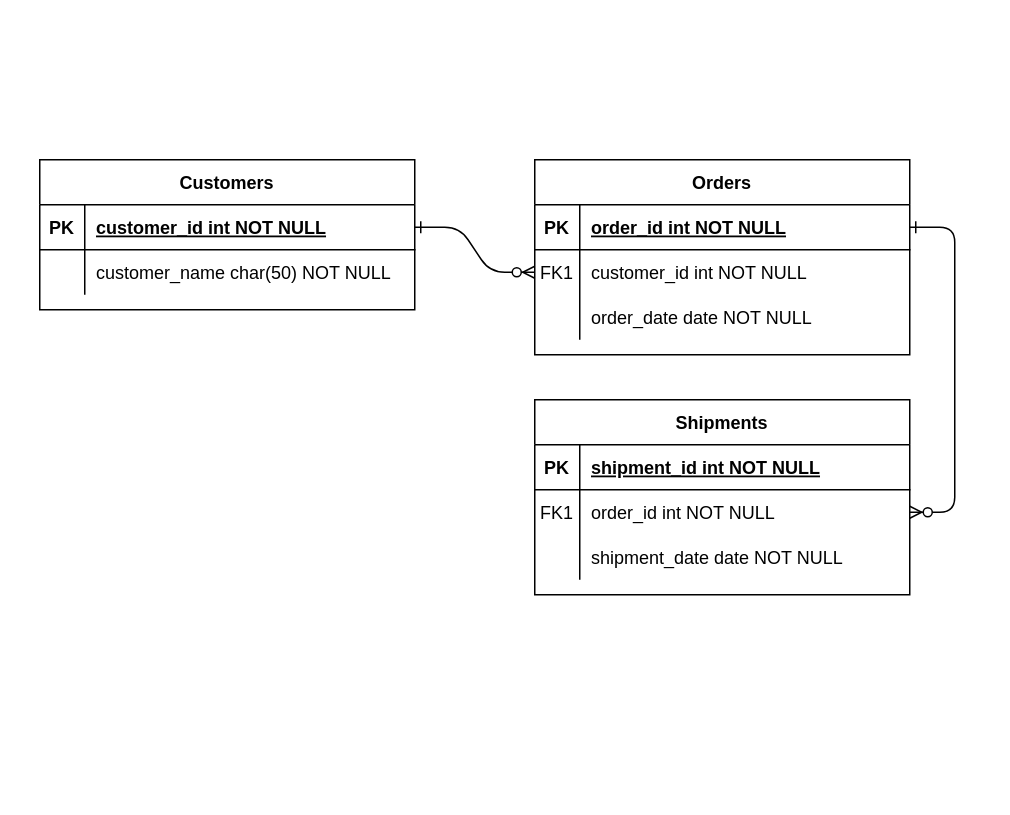
ferihidayat/cdn keeps this draw.io diagram as Untitled Diagram.drawio. Above is the earlier version. Source tidied: cells renumbered, new cells numbered last; positions are measured from the earlier drawing's top-left corner, leaving out a move shared by most shapes. Both pictures are drawn from the tidied source at 150%, with x=0, y=0 at pixel (39, 159).
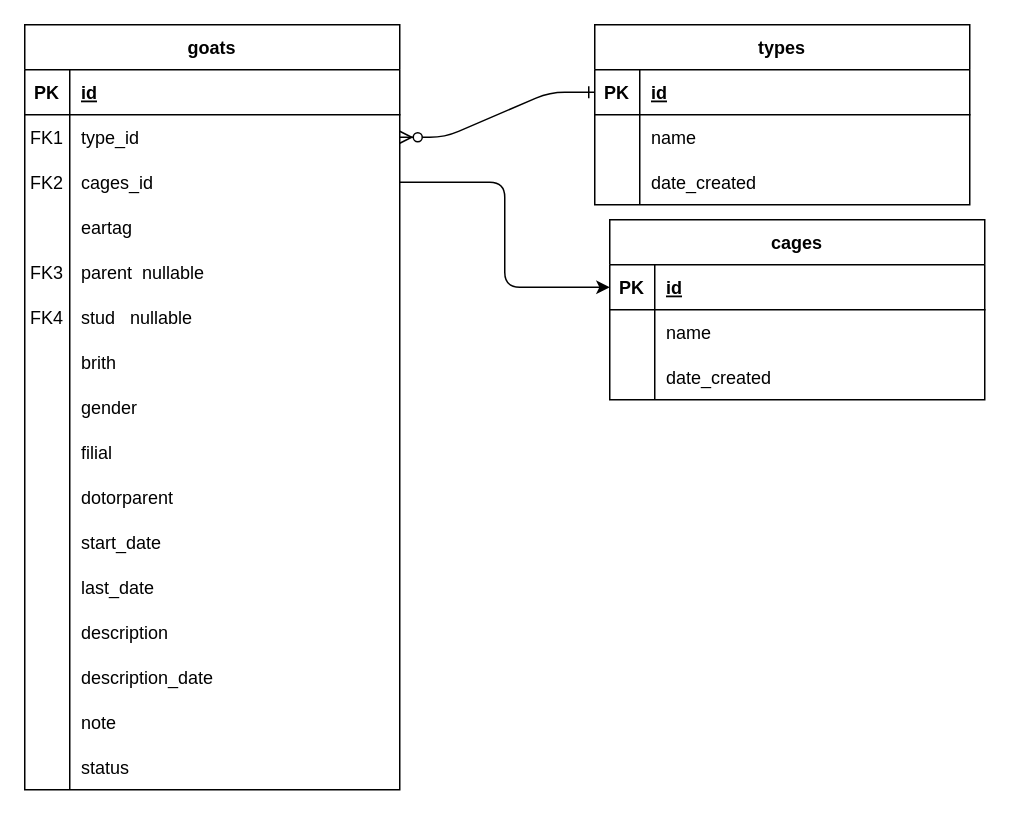
The same diagram, later.

Unchanged cells that the change refers to:
```xml
<mxCell id="5" style="shape=partialRectangle;fillColor=none;points=[[0,0.5],[1,0.5]];portConstraint=eastwest;top=0;left=0;right=0;bottom=1;" parent="4" vertex="1">
  <mxGeometry y="30" width="250" height="30" as="geometry" />
</mxCell>
<mxCell id="8" style="shape=partialRectangle;fillColor=none;points=[[0,0.5],[1,0.5]];portConstraint=eastwest;top=0;left=0;right=0;bottom=0;" parent="4" vertex="1">
  <mxGeometry y="60" width="250" height="30" as="geometry" />
</mxCell>
<mxCell id="25" style="shape=partialRectangle;fillColor=none;points=[[0,0.5],[1,0.5]];portConstraint=eastwest;top=0;left=0;right=0;bottom=1;" parent="24" vertex="1">
  <mxGeometry y="30" width="250" height="30" as="geometry" />
</mxCell>
```

Change to the diagram source:
```diff
@@
-    <mxCell id="3" style="edgeStyle=entityRelationEdgeStyle;endArrow=ERzeroToMany;startArrow=ERone;endFill=1;startFill=0;" parent="1" edge="1" source="5" target="18">
-      <mxGeometry relative="1" as="geometry" />
-    </mxCell>
-    <mxCell id="4" value="Orders" style="shape=table;startSize=30;childLayout=tableLayout;rowLines=0;fontStyle=1;align=center;" parent="1" vertex="1">
-      <mxGeometry x="330" width="250" height="130" as="geometry" />
+    <mxCell id="4" value="goats" style="shape=table;startSize=30;childLayout=tableLayout;rowLines=0;fontStyle=1;align=center;" parent="1" vertex="1">
+      <mxGeometry x="-10" y="-90" width="250" height="510" as="geometry" />
     </mxCell>
@@
-    <mxCell id="7" value="order_id int NOT NULL " style="shape=partialRectangle;overflow=hidden;fillColor=none;top=0;left=0;bottom=0;right=0;align=left;spacingLeft=6;fontStyle=5;" parent="5" vertex="1">
+    <mxCell id="7" value="id" style="shape=partialRectangle;overflow=hidden;fillColor=none;top=0;left=0;bottom=0;right=0;align=left;spacingLeft=6;fontStyle=5;" parent="5" vertex="1">
       <mxGeometry x="30" width="220" height="30" as="geometry" />
     </mxCell>
@@
-    <mxCell id="10" value="customer_id int NOT NULL" style="shape=partialRectangle;overflow=hidden;fillColor=none;top=0;left=0;bottom=0;right=0;align=left;spacingLeft=6;" parent="8" vertex="1">
+    <mxCell id="10" value="type_id" style="shape=partialRectangle;overflow=hidden;fillColor=none;top=0;left=0;bottom=0;right=0;align=left;spacingLeft=6;" parent="8" vertex="1">
       <mxGeometry x="30" width="220" height="30" as="geometry" />
     </mxCell>
+    <mxCell id="31" style="shape=partialRectangle;fillColor=none;points=[[0,0.5],[1,0.5]];portConstraint=eastwest;top=0;left=0;right=0;bottom=0;" parent="4" vertex="1">
+      <mxGeometry y="90" width="250" height="30" as="geometry" />
+    </mxCell>
+    <mxCell id="32" value="FK2" style="shape=partialRectangle;overflow=hidden;fillColor=none;top=0;left=0;bottom=0;right=0;" parent="31" vertex="1">
+      <mxGeometry width="30" height="30" as="geometry" />
+    </mxCell>
+    <mxCell id="33" value="cages_id" style="shape=partialRectangle;overflow=hidden;fillColor=none;top=0;left=0;bottom=0;right=0;align=left;spacingLeft=6;" parent="31" vertex="1">
+      <mxGeometry x="30" width="220" height="30" as="geometry" />
+    </mxCell>
+    <mxCell id="34" style="shape=partialRectangle;fillColor=none;top=0;left=0;right=0;bottom=0;" parent="4" vertex="1">
+      <mxGeometry y="120" width="250" height="30" as="geometry" />
+    </mxCell>
+    <mxCell id="35" style="shape=partialRectangle;overflow=hidden;fillColor=none;top=0;left=0;bottom=0;right=0;" parent="34" vertex="1">
+      <mxGeometry width="30" height="30" as="geometry" />
+    </mxCell>
+    <mxCell id="36" value="eartag" style="shape=partialRectangle;overflow=hidden;fillColor=none;top=0;left=0;bottom=0;right=0;align=left;spacingLeft=6;" parent="34" vertex="1">
+      <mxGeometry x="30" width="220" height="30" as="geometry" />
+    </mxCell>
+    <mxCell id="37" style="shape=partialRectangle;fillColor=none;top=0;left=0;right=0;bottom=0;" parent="4" vertex="1">
+      <mxGeometry y="150" width="250" height="30" as="geometry" />
+    </mxCell>
+    <mxCell id="38" value="FK3" style="shape=partialRectangle;overflow=hidden;fillColor=none;top=0;left=0;bottom=0;right=0;" parent="37" vertex="1">
+      <mxGeometry width="30" height="30" as="geometry" />
+    </mxCell>
+    <mxCell id="39" value="parent  nullable" style="shape=partialRectangle;overflow=hidden;fillColor=none;top=0;left=0;bottom=0;right=0;align=left;spacingLeft=6;" parent="37" vertex="1">
+      <mxGeometry x="30" width="220" height="30" as="geometry" />
+    </mxCell>
+    <mxCell id="40" style="shape=partialRectangle;fillColor=none;top=0;left=0;right=0;bottom=0;" parent="4" vertex="1">
+      <mxGeometry y="180" width="250" height="30" as="geometry" />
+    </mxCell>
+    <mxCell id="41" value="FK4" style="shape=partialRectangle;overflow=hidden;fillColor=none;top=0;left=0;bottom=0;right=0;" parent="40" vertex="1">
+      <mxGeometry width="30" height="30" as="geometry" />
+    </mxCell>
+    <mxCell id="42" value="stud   nullable" style="shape=partialRectangle;overflow=hidden;fillColor=none;top=0;left=0;bottom=0;right=0;align=left;spacingLeft=6;" parent="40" vertex="1">
+      <mxGeometry x="30" width="220" height="30" as="geometry" />
+    </mxCell>
+    <mxCell id="43" style="shape=partialRectangle;fillColor=none;top=0;left=0;right=0;bottom=0;" parent="4" vertex="1">
+      <mxGeometry y="210" width="250" height="30" as="geometry" />
+    </mxCell>
+    <mxCell id="44" style="shape=partialRectangle;overflow=hidden;fillColor=none;top=0;left=0;bottom=0;right=0;" parent="43" vertex="1">
+      <mxGeometry width="30" height="30" as="geometry" />
+    </mxCell>
+    <mxCell id="45" value="brith" style="shape=partialRectangle;overflow=hidden;fillColor=none;top=0;left=0;bottom=0;right=0;align=left;spacingLeft=6;" parent="43" vertex="1">
+      <mxGeometry x="30" width="220" height="30" as="geometry" />
+    </mxCell>
+    <mxCell id="46" style="shape=partialRectangle;fillColor=none;top=0;left=0;right=0;bottom=0;" parent="4" vertex="1">
+      <mxGeometry y="240" width="250" height="30" as="geometry" />
+    </mxCell>
+    <mxCell id="47" style="shape=partialRectangle;overflow=hidden;fillColor=none;top=0;left=0;bottom=0;right=0;" parent="46" vertex="1">
+      <mxGeometry width="30" height="30" as="geometry" />
+    </mxCell>
+    <mxCell id="48" value="gender" style="shape=partialRectangle;overflow=hidden;fillColor=none;top=0;left=0;bottom=0;right=0;align=left;spacingLeft=6;" parent="46" vertex="1">
+      <mxGeometry x="30" width="220" height="30" as="geometry" />
+    </mxCell>
+    <mxCell id="49" style="shape=partialRectangle;fillColor=none;top=0;left=0;right=0;bottom=0;" parent="4" vertex="1">
+      <mxGeometry y="270" width="250" height="30" as="geometry" />
+    </mxCell>
+    <mxCell id="50" style="shape=partialRectangle;overflow=hidden;fillColor=none;top=0;left=0;bottom=0;right=0;" parent="49" vertex="1">
+      <mxGeometry width="30" height="30" as="geometry" />
+    </mxCell>
+    <mxCell id="51" value="filial" style="shape=partialRectangle;overflow=hidden;fillColor=none;top=0;left=0;bottom=0;right=0;align=left;spacingLeft=6;" parent="49" vertex="1">
+      <mxGeometry x="30" width="220" height="30" as="geometry" />
+    </mxCell>
+    <mxCell id="52" style="shape=partialRectangle;fillColor=none;top=0;left=0;right=0;bottom=0;" parent="4" vertex="1">
+      <mxGeometry y="300" width="250" height="30" as="geometry" />
+    </mxCell>
+    <mxCell id="53" style="shape=partialRectangle;overflow=hidden;fillColor=none;top=0;left=0;bottom=0;right=0;" parent="52" vertex="1">
+      <mxGeometry width="30" height="30" as="geometry" />
+    </mxCell>
+    <mxCell id="54" value="dotorparent" style="shape=partialRectangle;overflow=hidden;fillColor=none;top=0;left=0;bottom=0;right=0;align=left;spacingLeft=6;" parent="52" vertex="1">
+      <mxGeometry x="30" width="220" height="30" as="geometry" />
+    </mxCell>
+    <mxCell id="55" style="shape=partialRectangle;fillColor=none;top=0;left=0;right=0;bottom=0;" parent="4" vertex="1">
+      <mxGeometry y="330" width="250" height="30" as="geometry" />
+    </mxCell>
+    <mxCell id="56" style="shape=partialRectangle;overflow=hidden;fillColor=none;top=0;left=0;bottom=0;right=0;" parent="55" vertex="1">
+      <mxGeometry width="30" height="30" as="geometry" />
+    </mxCell>
+    <mxCell id="57" value="start_date" style="shape=partialRectangle;overflow=hidden;fillColor=none;top=0;left=0;bottom=0;right=0;align=left;spacingLeft=6;" parent="55" vertex="1">
+      <mxGeometry x="30" width="220" height="30" as="geometry" />
+    </mxCell>
+    <mxCell id="58" style="shape=partialRectangle;fillColor=none;top=0;left=0;right=0;bottom=0;" parent="4" vertex="1">
+      <mxGeometry y="360" width="250" height="30" as="geometry" />
+    </mxCell>
+    <mxCell id="59" style="shape=partialRectangle;overflow=hidden;fillColor=none;top=0;left=0;bottom=0;right=0;" parent="58" vertex="1">
+      <mxGeometry width="30" height="30" as="geometry" />
+    </mxCell>
+    <mxCell id="60" value="last_date" style="shape=partialRectangle;overflow=hidden;fillColor=none;top=0;left=0;bottom=0;right=0;align=left;spacingLeft=6;" parent="58" vertex="1">
+      <mxGeometry x="30" width="220" height="30" as="geometry" />
+    </mxCell>
+    <mxCell id="61" style="shape=partialRectangle;fillColor=none;top=0;left=0;right=0;bottom=0;" parent="4" vertex="1">
+      <mxGeometry y="390" width="250" height="30" as="geometry" />
+    </mxCell>
+    <mxCell id="62" style="shape=partialRectangle;overflow=hidden;fillColor=none;top=0;left=0;bottom=0;right=0;" parent="61" vertex="1">
+      <mxGeometry width="30" height="30" as="geometry" />
+    </mxCell>
+    <mxCell id="63" value="description" style="shape=partialRectangle;overflow=hidden;fillColor=none;top=0;left=0;bottom=0;right=0;align=left;spacingLeft=6;" parent="61" vertex="1">
+      <mxGeometry x="30" width="220" height="30" as="geometry" />
+    </mxCell>
+    <mxCell id="64" style="shape=partialRectangle;fillColor=none;top=0;left=0;right=0;bottom=0;" parent="4" vertex="1">
+      <mxGeometry y="420" width="250" height="30" as="geometry" />
+    </mxCell>
+    <mxCell id="65" style="shape=partialRectangle;overflow=hidden;fillColor=none;top=0;left=0;bottom=0;right=0;" parent="64" vertex="1">
+      <mxGeometry width="30" height="30" as="geometry" />
+    </mxCell>
+    <mxCell id="66" value="description_date" style="shape=partialRectangle;overflow=hidden;fillColor=none;top=0;left=0;bottom=0;right=0;align=left;spacingLeft=6;" parent="64" vertex="1">
+      <mxGeometry x="30" width="220" height="30" as="geometry" />
+    </mxCell>
+    <mxCell id="67" style="shape=partialRectangle;fillColor=none;top=0;left=0;right=0;bottom=0;" parent="4" vertex="1">
+      <mxGeometry y="450" width="250" height="30" as="geometry" />
+    </mxCell>
+    <mxCell id="68" style="shape=partialRectangle;overflow=hidden;fillColor=none;top=0;left=0;bottom=0;right=0;" parent="67" vertex="1">
+      <mxGeometry width="30" height="30" as="geometry" />
+    </mxCell>
+    <mxCell id="69" value="note" style="shape=partialRectangle;overflow=hidden;fillColor=none;top=0;left=0;bottom=0;right=0;align=left;spacingLeft=6;" parent="67" vertex="1">
+      <mxGeometry x="30" width="220" height="30" as="geometry" />
+    </mxCell>
     <mxCell id="11" style="shape=partialRectangle;fillColor=none;top=0;left=0;right=0;bottom=0;" parent="4" vertex="1">
-      <mxGeometry y="90" width="250" height="30" as="geometry" />
+      <mxGeometry y="480" width="250" height="30" as="geometry" />
     </mxCell>
@@
-    <mxCell id="13" value="order_date date NOT NULL" style="shape=partialRectangle;overflow=hidden;fillColor=none;top=0;left=0;bottom=0;right=0;align=left;spacingLeft=6;" parent="11" vertex="1">
+    <mxCell id="13" value="status" style="shape=partialRectangle;overflow=hidden;fillColor=none;top=0;left=0;bottom=0;right=0;align=left;spacingLeft=6;" parent="11" vertex="1">
       <mxGeometry x="30" width="220" height="30" as="geometry" />
     </mxCell>
-    <mxCell id="14" value="Shipments" style="shape=table;startSize=30;childLayout=tableLayout;rowLines=0;fontStyle=1;align=center;" parent="1" vertex="1">
-      <mxGeometry x="330" y="160" width="250" height="130" as="geometry" />
-    </mxCell>
-    <mxCell id="15" style="shape=partialRectangle;fillColor=none;points=[[0,0.5],[1,0.5]];portConstraint=eastwest;top=0;left=0;right=0;bottom=1;" parent="14" vertex="1">
-      <mxGeometry y="30" width="250" height="30" as="geometry" />
-    </mxCell>
-    <mxCell id="16" value="PK" style="shape=partialRectangle;overflow=hidden;fillColor=none;top=0;left=0;bottom=0;right=0;fontStyle=1;" parent="15" vertex="1">
-      <mxGeometry width="30" height="30" as="geometry" />
-    </mxCell>
-    <mxCell id="17" value="shipment_id int NOT NULL " style="shape=partialRectangle;overflow=hidden;fillColor=none;top=0;left=0;bottom=0;right=0;align=left;spacingLeft=6;fontStyle=5;" parent="15" vertex="1">
-      <mxGeometry x="30" width="220" height="30" as="geometry" />
-    </mxCell>
-    <mxCell id="18" style="shape=partialRectangle;fillColor=none;points=[[0,0.5],[1,0.5]];portConstraint=eastwest;top=0;left=0;right=0;bottom=0;" parent="14" vertex="1">
-      <mxGeometry y="60" width="250" height="30" as="geometry" />
-    </mxCell>
-    <mxCell id="19" value="FK1" style="shape=partialRectangle;overflow=hidden;fillColor=none;top=0;left=0;bottom=0;right=0;" parent="18" vertex="1">
-      <mxGeometry width="30" height="30" as="geometry" />
-    </mxCell>
-    <mxCell id="20" value="order_id int NOT NULL" style="shape=partialRectangle;overflow=hidden;fillColor=none;top=0;left=0;bottom=0;right=0;align=left;spacingLeft=6;" parent="18" vertex="1">
-      <mxGeometry x="30" width="220" height="30" as="geometry" />
-    </mxCell>
-    <mxCell id="21" style="shape=partialRectangle;fillColor=none;top=0;left=0;right=0;bottom=0;" parent="14" vertex="1">
-      <mxGeometry y="90" width="250" height="30" as="geometry" />
-    </mxCell>
-    <mxCell id="22" style="shape=partialRectangle;overflow=hidden;fillColor=none;top=0;left=0;bottom=0;right=0;" parent="21" vertex="1">
-      <mxGeometry width="30" height="30" as="geometry" />
-    </mxCell>
-    <mxCell id="23" value="shipment_date date NOT NULL" style="shape=partialRectangle;overflow=hidden;fillColor=none;top=0;left=0;bottom=0;right=0;align=left;spacingLeft=6;" parent="21" vertex="1">
-      <mxGeometry x="30" width="220" height="30" as="geometry" />
-    </mxCell>
-    <mxCell id="24" value="Customers" style="shape=table;startSize=30;childLayout=tableLayout;rowLines=0;fontStyle=1;align=center;" parent="1" vertex="1">
-      <mxGeometry width="250" height="100" as="geometry" />
+    <mxCell id="24" value="types" style="shape=table;startSize=30;childLayout=tableLayout;rowLines=0;fontStyle=1;align=center;" parent="1" vertex="1">
+      <mxGeometry x="370" y="-90" width="250" height="120" as="geometry" />
     </mxCell>
@@
-    <mxCell id="27" value="customer_id int NOT NULL " style="shape=partialRectangle;overflow=hidden;fillColor=none;top=0;left=0;bottom=0;right=0;align=left;spacingLeft=6;fontStyle=5;" parent="25" vertex="1">
+    <mxCell id="27" value="id" style="shape=partialRectangle;overflow=hidden;fillColor=none;top=0;left=0;bottom=0;right=0;align=left;spacingLeft=6;fontStyle=5;" parent="25" vertex="1">
       <mxGeometry x="30" width="220" height="30" as="geometry" />
     </mxCell>
+    <mxCell id="70" style="shape=partialRectangle;fillColor=none;top=0;left=0;right=0;bottom=0;" parent="24" vertex="1">
+      <mxGeometry y="60" width="250" height="30" as="geometry" />
+    </mxCell>
+    <mxCell id="71" style="shape=partialRectangle;overflow=hidden;fillColor=none;top=0;left=0;bottom=0;right=0;" parent="70" vertex="1">
+      <mxGeometry width="30" height="30" as="geometry" />
+    </mxCell>
+    <mxCell id="72" value="name" style="shape=partialRectangle;overflow=hidden;fillColor=none;top=0;left=0;bottom=0;right=0;align=left;spacingLeft=6;" parent="70" vertex="1">
+      <mxGeometry x="30" width="220" height="30" as="geometry" />
+    </mxCell>
     <mxCell id="28" style="shape=partialRectangle;fillColor=none;top=0;left=0;right=0;bottom=0;" parent="24" vertex="1">
-      <mxGeometry y="60" width="250" height="30" as="geometry" />
+      <mxGeometry y="90" width="250" height="30" as="geometry" />
     </mxCell>
@@
-    <mxCell id="30" value="customer_name char(50) NOT NULL" style="shape=partialRectangle;overflow=hidden;fillColor=none;top=0;left=0;bottom=0;right=0;align=left;spacingLeft=6;" parent="28" vertex="1">
+    <mxCell id="30" value="date_created" style="shape=partialRectangle;overflow=hidden;fillColor=none;top=0;left=0;bottom=0;right=0;align=left;spacingLeft=6;" parent="28" vertex="1">
       <mxGeometry x="30" width="220" height="30" as="geometry" />
     </mxCell>
+    <mxCell id="73" value="cages" style="shape=table;startSize=30;childLayout=tableLayout;rowLines=0;fontStyle=1;align=center;" parent="1" vertex="1">
+      <mxGeometry x="380" y="40" width="250" height="120" as="geometry" />
+    </mxCell>
+    <mxCell id="15" style="shape=partialRectangle;fillColor=none;points=[[0,0.5],[1,0.5]];portConstraint=eastwest;top=0;left=0;right=0;bottom=1;" parent="73" vertex="1">
+      <mxGeometry y="30" width="250" height="30" as="geometry" />
+    </mxCell>
+    <mxCell id="16" value="PK" style="shape=partialRectangle;overflow=hidden;fillColor=none;top=0;left=0;bottom=0;right=0;fontStyle=1;" parent="15" vertex="1">
+      <mxGeometry width="30" height="30" as="geometry" />
+    </mxCell>
+    <mxCell id="74" value="id" style="shape=partialRectangle;overflow=hidden;fillColor=none;top=0;left=0;bottom=0;right=0;align=left;spacingLeft=6;fontStyle=5;" parent="15" vertex="1">
+      <mxGeometry x="30" width="220" height="30" as="geometry" />
+    </mxCell>
+    <mxCell id="75" style="shape=partialRectangle;fillColor=none;top=0;left=0;right=0;bottom=0;" parent="73" vertex="1">
+      <mxGeometry y="60" width="250" height="30" as="geometry" />
+    </mxCell>
+    <mxCell id="76" style="shape=partialRectangle;overflow=hidden;fillColor=none;top=0;left=0;bottom=0;right=0;" parent="75" vertex="1">
+      <mxGeometry width="30" height="30" as="geometry" />
+    </mxCell>
+    <mxCell id="77" value="name" style="shape=partialRectangle;overflow=hidden;fillColor=none;top=0;left=0;bottom=0;right=0;align=left;spacingLeft=6;" parent="75" vertex="1">
+      <mxGeometry x="30" width="220" height="30" as="geometry" />
+    </mxCell>
+    <mxCell id="78" style="shape=partialRectangle;fillColor=none;top=0;left=0;right=0;bottom=0;" parent="73" vertex="1">
+      <mxGeometry y="90" width="250" height="30" as="geometry" />
+    </mxCell>
+    <mxCell id="79" style="shape=partialRectangle;overflow=hidden;fillColor=none;top=0;left=0;bottom=0;right=0;" parent="78" vertex="1">
+      <mxGeometry width="30" height="30" as="geometry" />
+    </mxCell>
+    <mxCell id="80" value="date_created" style="shape=partialRectangle;overflow=hidden;fillColor=none;top=0;left=0;bottom=0;right=0;align=left;spacingLeft=6;" parent="78" vertex="1">
+      <mxGeometry x="30" width="220" height="30" as="geometry" />
+    </mxCell>
+    <mxCell id="81" style="edgeStyle=orthogonalEdgeStyle;rounded=1;jettySize=auto;html=1;" parent="1" edge="1" source="31" target="15">
+      <mxGeometry relative="1" as="geometry" />
+    </mxCell>
```
